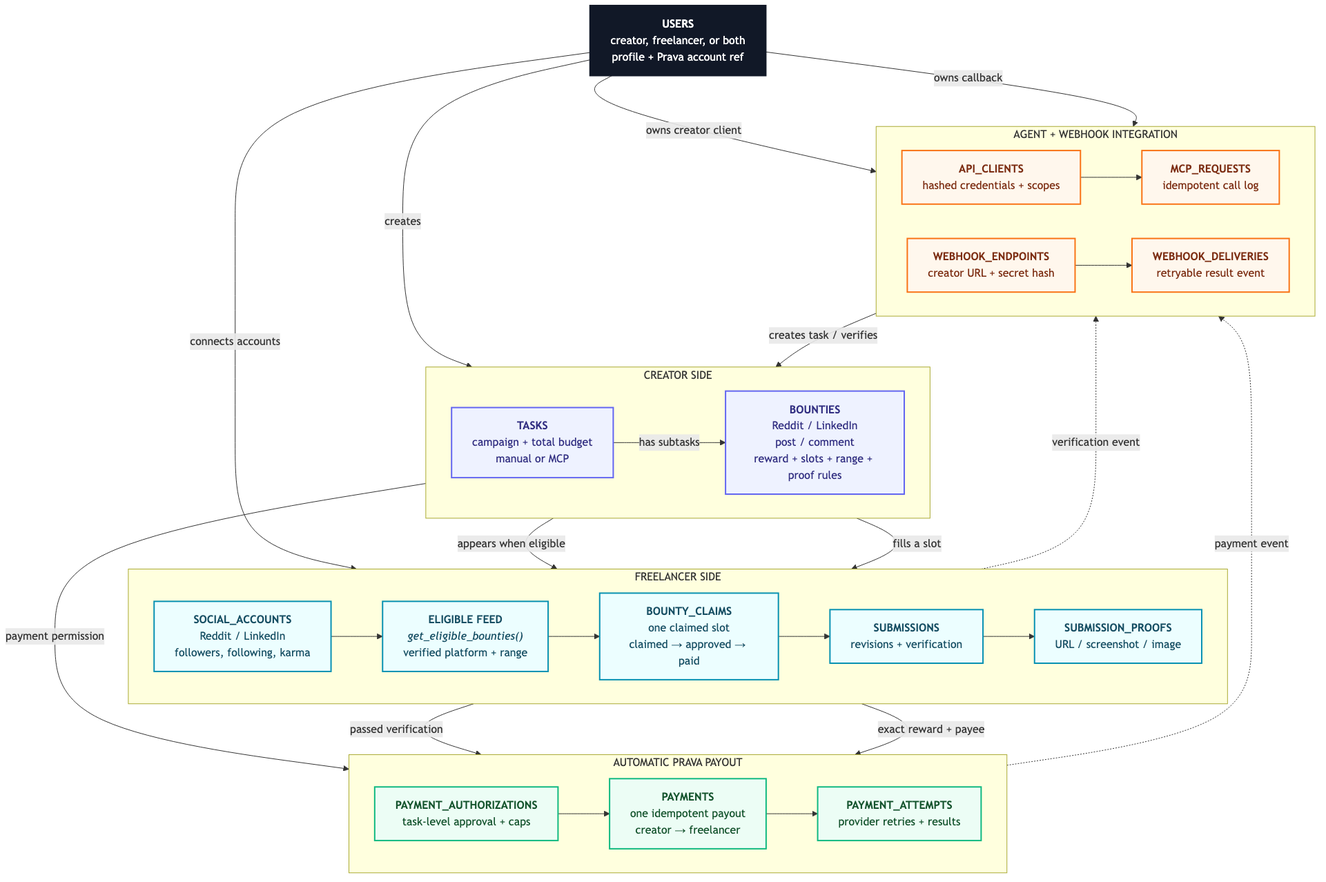
This is docs/database-overview.png from ShiveshPandey0409/HAH, a Mermaid export, as it was before one commit. Its source is kept beside it as docs/database-overview.mmd. The source it was exported from:
```mermaid
flowchart TB
    U["<b>USERS</b><br/>creator, freelancer, or both<br/>profile + Prava account ref"]

    subgraph FREELANCER["FREELANCER SIDE"]
      direction LR
      SA["<b>SOCIAL_ACCOUNTS</b><br/>Reddit / LinkedIn<br/>followers, following, karma"]
      FEED["<b>ELIGIBLE FEED</b><br/><i>get_eligible_bounties()</i><br/>verified platform + range"]
      BC["<b>BOUNTY_CLAIMS</b><br/>one claimed slot<br/>claimed → approved → paid"]
      S["<b>SUBMISSIONS</b><br/>revisions + verification"]
      SP["<b>SUBMISSION_PROOFS</b><br/>URL / screenshot / image"]
      SA --> FEED --> BC --> S --> SP
    end

    subgraph CREATOR["CREATOR SIDE"]
      direction LR
      T["<b>TASKS</b><br/>campaign + total budget<br/>manual or MCP"]
      B["<b>BOUNTIES</b><br/>Reddit / LinkedIn<br/>post / comment<br/>reward + slots + range + proof rules"]
      T -->|"has subtasks"| B
    end

    subgraph PAYMENT["AUTOMATIC PRAVA PAYOUT"]
      direction LR
      PA["<b>PAYMENT_AUTHORIZATIONS</b><br/>task-level approval + caps"]
      P["<b>PAYMENTS</b><br/>one idempotent payout<br/>creator → freelancer"]
      PTA["<b>PAYMENT_ATTEMPTS</b><br/>provider retries + results"]
      PA --> P --> PTA
    end

    subgraph AGENT["AGENT + WEBHOOK INTEGRATION"]
      direction LR
      AC["<b>API_CLIENTS</b><br/>hashed credentials + scopes"]
      MR["<b>MCP_REQUESTS</b><br/>idempotent call log"]
      WE["<b>WEBHOOK_ENDPOINTS</b><br/>creator URL + secret hash"]
      WD["<b>WEBHOOK_DELIVERIES</b><br/>retryable result event"]
      AC --> MR
      WE --> WD
    end

    U -->|"connects accounts"| SA
    U -->|"creates"| T
    B -->|"appears when eligible"| FEED
    B -->|"fills a slot"| BC
    T -->|"payment permission"| PA
    S -->|"passed verification"| P
    BC -->|"exact reward + payee"| P
    U -->|"owns creator client"| AC
    MR -->|"creates task / verifies"| T
    U -->|"owns callback"| WE
    S -.->|"verification event"| WD
    P -.->|"payment event"| WD

    classDef identity fill:#111827,color:#ffffff,stroke:#111827,stroke-width:2px;
    classDef freelancer fill:#ecfeff,color:#164e63,stroke:#0891b2,stroke-width:2px;
    classDef creator fill:#eef2ff,color:#312e81,stroke:#6366f1,stroke-width:2px;
    classDef payment fill:#ecfdf5,color:#14532d,stroke:#10b981,stroke-width:2px;
    classDef agent fill:#fff7ed,color:#7c2d12,stroke:#f97316,stroke-width:2px;
    class U identity;
    class SA,FEED,BC,S,SP freelancer;
    class T,B creator;
    class PA,P,PTA payment;
    class AC,MR,WE,WD agent;
```
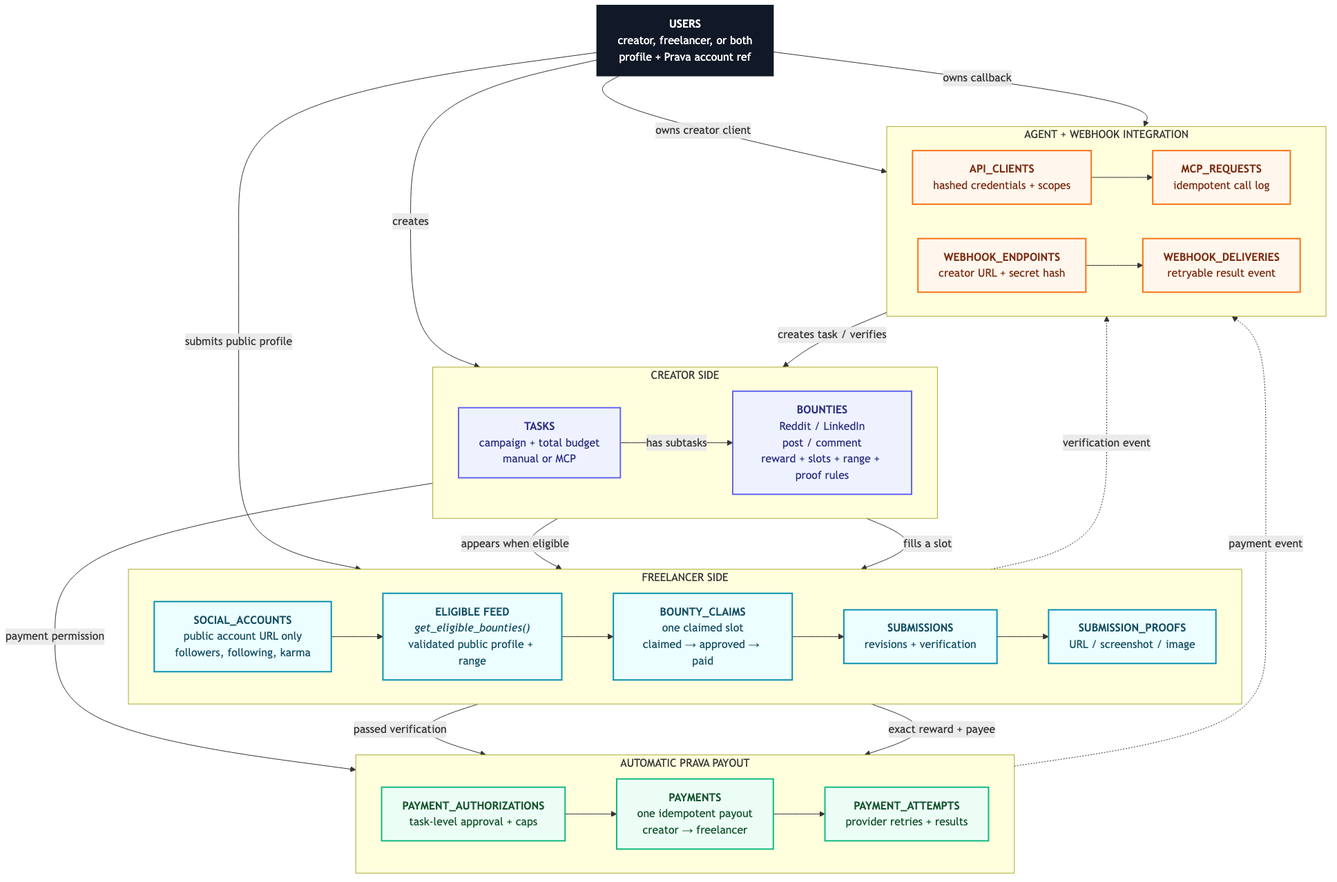
Above is the later version.

The edit, as a diff of the source:
```diff
@@ -3,8 +3,8 @@
 
     subgraph FREELANCER["FREELANCER SIDE"]
       direction LR
-      SA["<b>SOCIAL_ACCOUNTS</b><br/>Reddit / LinkedIn<br/>followers, following, karma"]
-      FEED["<b>ELIGIBLE FEED</b><br/><i>get_eligible_bounties()</i><br/>verified platform + range"]
+      SA["<b>SOCIAL_ACCOUNTS</b><br/>public account URL only<br/>followers, following, karma"]
+      FEED["<b>ELIGIBLE FEED</b><br/><i>get_eligible_bounties()</i><br/>validated public profile + range"]
       BC["<b>BOUNTY_CLAIMS</b><br/>one claimed slot<br/>claimed → approved → paid"]
       S["<b>SUBMISSIONS</b><br/>revisions + verification"]
       SP["<b>SUBMISSION_PROOFS</b><br/>URL / screenshot / image"]
@@ -36,7 +36,7 @@
       WE --> WD
     end
 
-    U -->|"connects accounts"| SA
+    U -->|"submits public profile"| SA
     U -->|"creates"| T
     B -->|"appears when eligible"| FEED
     B -->|"fills a slot"| BC
```
